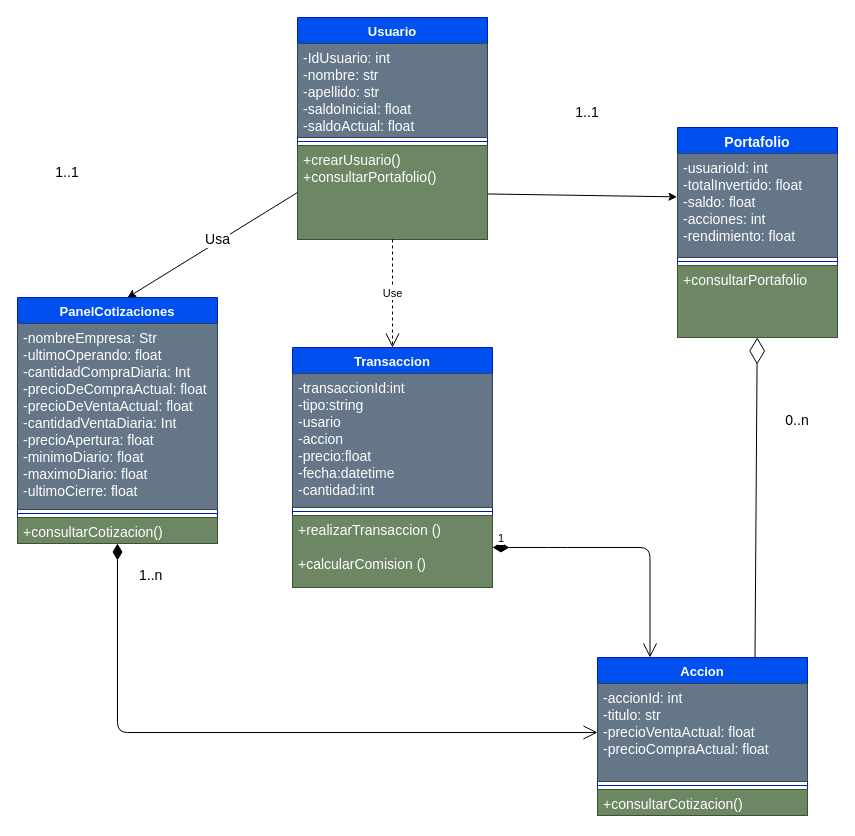
Earlier version of the draw.io diagram programacion/DiagramaDeClases.drawio (ispc-team-13/argBrokerDemo). Source tidied: cells renumbered, new cells numbered last; positions are measured from the earlier drawing's top-left corner, leaving out a move shared by most shapes. Both pictures are drawn from the tidied source at 100%, with x=0, y=0 at pixel (17, 17).
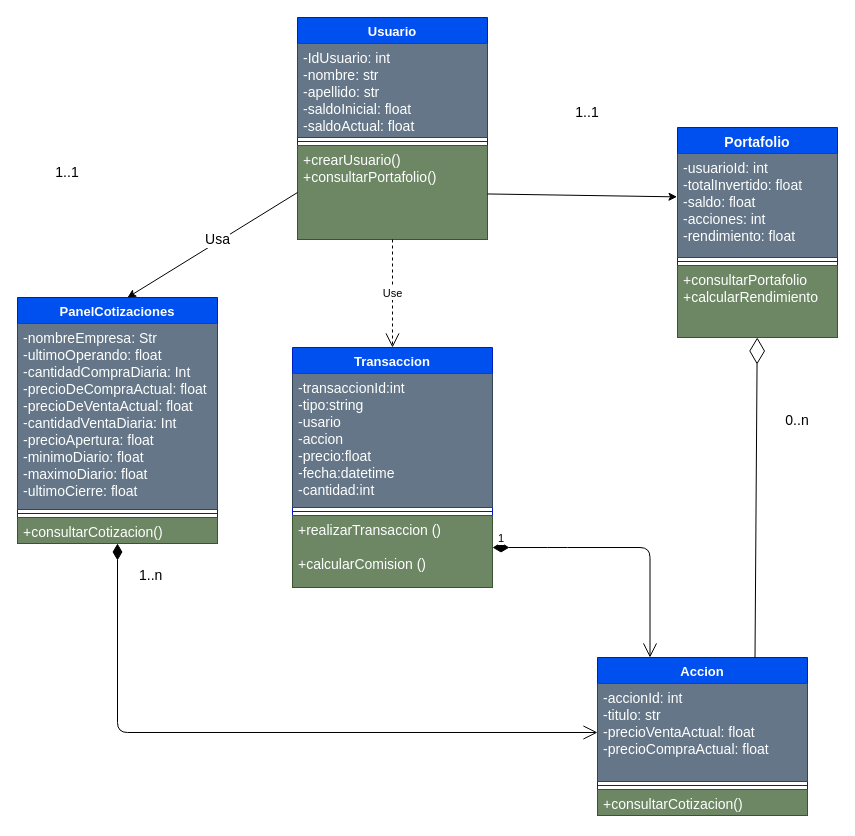
The same page after the edit.

Commit message (it also covers changes not shown here):
add programacion drawio calcular rendimiento, and bd drawio relacion 1 a *

Unchanged cells that the change refers to:
```xml
<mxCell id="10" value="Portafolio" style="swimlane;fontStyle=1;align=center;verticalAlign=top;horizontal=1;startSize=26;strokeWidth=1;fontSize=14;fillColor=#0050ef;fontColor=#ffffff;strokeColor=#001DBC;" parent="1" vertex="1">
  <mxGeometry x="660" y="110" width="160" height="210" as="geometry" />
</mxCell>
```

Diff of the diagram source:
```diff
@@
-    <mxCell id="13" value="+consultarPortafolio" style="text;strokeColor=#3A5431;fillColor=#6d8764;align=left;verticalAlign=top;spacingLeft=4;spacingRight=4;overflow=hidden;points=[[0,0.5],[1,0.5]];portConstraint=eastwest;strokeWidth=1;fontSize=14;fontColor=#ffffff;" parent="10" vertex="1">
+    <mxCell id="13" value="+consultarPortafolio&#10;+calcularRendimiento" style="text;strokeColor=#3A5431;fillColor=#6d8764;align=left;verticalAlign=top;spacingLeft=4;spacingRight=4;overflow=hidden;points=[[0,0.5],[1,0.5]];portConstraint=eastwest;strokeWidth=1;fontSize=14;fontColor=#ffffff;" parent="10" vertex="1">
       <mxGeometry y="138" width="160" height="72" as="geometry" />
     </mxCell>
```
